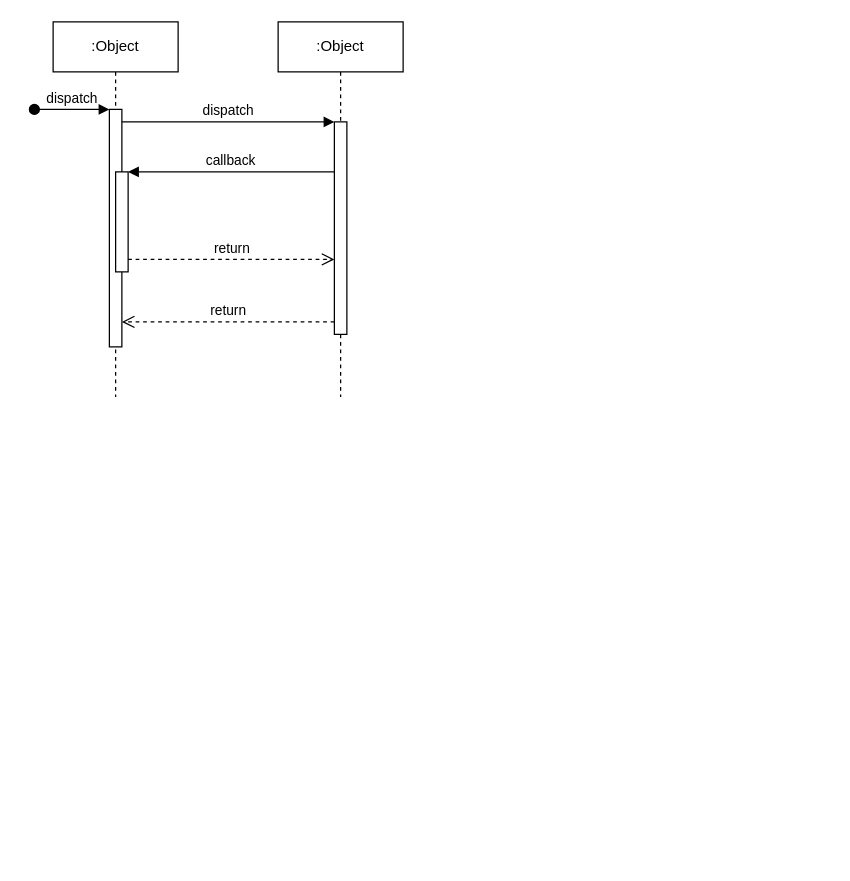
Before: Use Case Diagram/Sequence Diagram.drawio in KingRei123/HangmanGame, a draw.io diagram. Source tidied: cells renumbered, new cells numbered last; positions are measured from the earlier drawing's top-left corner, leaving out a move shared by most shapes. Both pictures are drawn from the tidied source at 125%, with x=0, y=0 at pixel (34, 21).
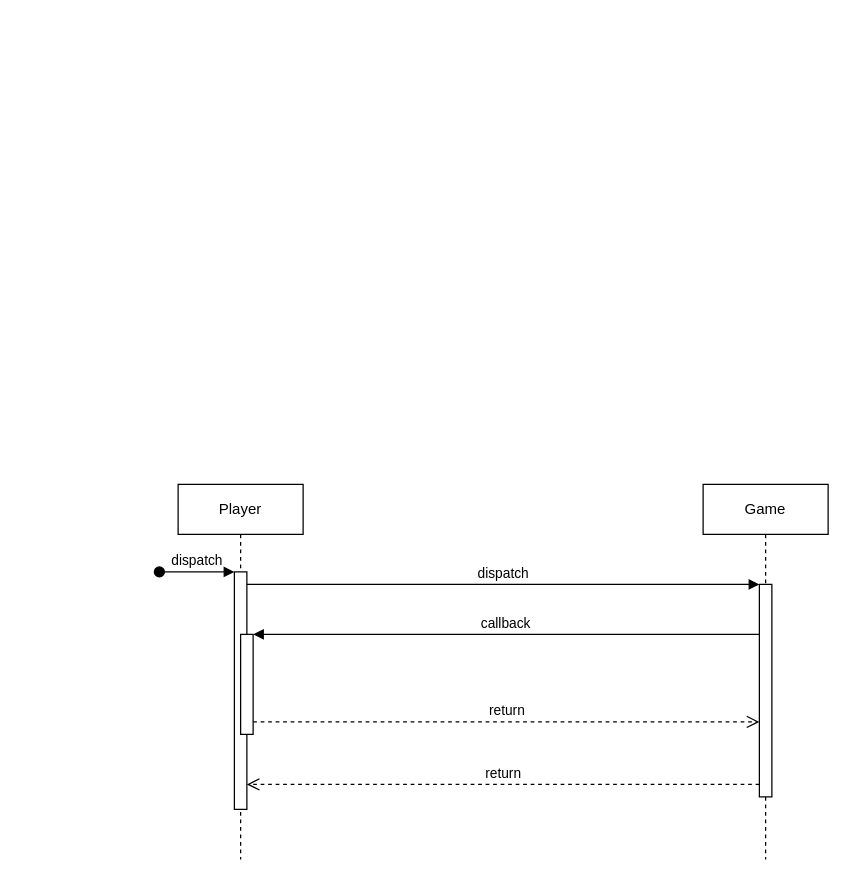
The same page after the edit.

Change to the diagram source:
```diff
@@
 <mxGraphModel>
   <root>
     <mxCell id="0" />
     <mxCell id="1" parent="0" />
-    <mxCell id="2" value=":Object" style="shape=umlLifeline;perimeter=lifelinePerimeter;whiteSpace=wrap;html=1;newEdgeStyle={&quot;edgeStyle&quot;:&quot;elbowEdgeStyle&quot;,&quot;elbow&quot;:&quot;vertical&quot;,&quot;curved&quot;:0,&quot;rounded&quot;:0};" parent="1" vertex="1">
-      <mxGeometry x="15" width="100" height="300" as="geometry" />
+    <mxCell id="2" value="Player" style="shape=umlLifeline;perimeter=lifelinePerimeter;whiteSpace=wrap;html=1;newEdgeStyle={&quot;edgeStyle&quot;:&quot;elbowEdgeStyle&quot;,&quot;elbow&quot;:&quot;vertical&quot;,&quot;curved&quot;:0,&quot;rounded&quot;:0};" parent="1" vertex="1">
+      <mxGeometry x="115" y="370" width="100" height="300" as="geometry" />
     </mxCell>
     <mxCell id="3" style="html=1;points=[];perimeter=orthogonalPerimeter;outlineConnect=0;targetShapes=umlLifeline;portConstraint=eastwest;newEdgeStyle={&quot;edgeStyle&quot;:&quot;elbowEdgeStyle&quot;,&quot;elbow&quot;:&quot;vertical&quot;,&quot;curved&quot;:0,&quot;rounded&quot;:0};" parent="2" vertex="1">
       <mxGeometry x="45" y="70" width="10" height="190" as="geometry" />
     </mxCell>
     <mxCell id="4" value="dispatch" style="html=1;verticalAlign=bottom;startArrow=oval;endArrow=block;startSize=8;edgeStyle=elbowEdgeStyle;elbow=vertical;curved=0;rounded=0;" parent="2" edge="1" target="3">
       <mxGeometry relative="1" as="geometry">
         <mxPoint x="-15" y="70" as="sourcePoint" />
       </mxGeometry>
     </mxCell>
     <mxCell id="5" style="html=1;points=[];perimeter=orthogonalPerimeter;outlineConnect=0;targetShapes=umlLifeline;portConstraint=eastwest;newEdgeStyle={&quot;edgeStyle&quot;:&quot;elbowEdgeStyle&quot;,&quot;elbow&quot;:&quot;vertical&quot;,&quot;curved&quot;:0,&quot;rounded&quot;:0};" parent="2" vertex="1">
       <mxGeometry x="50" y="120" width="10" height="80" as="geometry" />
     </mxCell>
-    <mxCell id="6" value=":Object" style="shape=umlLifeline;perimeter=lifelinePerimeter;whiteSpace=wrap;html=1;newEdgeStyle={&quot;edgeStyle&quot;:&quot;elbowEdgeStyle&quot;,&quot;elbow&quot;:&quot;vertical&quot;,&quot;curved&quot;:0,&quot;rounded&quot;:0};" parent="1" vertex="1">
-      <mxGeometry x="195" width="100" height="300" as="geometry" />
+    <mxCell id="6" value="Game" style="shape=umlLifeline;perimeter=lifelinePerimeter;whiteSpace=wrap;html=1;newEdgeStyle={&quot;edgeStyle&quot;:&quot;elbowEdgeStyle&quot;,&quot;elbow&quot;:&quot;vertical&quot;,&quot;curved&quot;:0,&quot;rounded&quot;:0};" parent="1" vertex="1">
+      <mxGeometry x="535" y="370" width="100" height="300" as="geometry" />
     </mxCell>
     <mxCell id="7" style="html=1;points=[];perimeter=orthogonalPerimeter;outlineConnect=0;targetShapes=umlLifeline;portConstraint=eastwest;newEdgeStyle={&quot;edgeStyle&quot;:&quot;elbowEdgeStyle&quot;,&quot;elbow&quot;:&quot;vertical&quot;,&quot;curved&quot;:0,&quot;rounded&quot;:0};" parent="6" vertex="1">
       <mxGeometry x="45" y="80" width="10" height="170" as="geometry" />
     </mxCell>
     <mxCell id="8" value="dispatch" style="html=1;verticalAlign=bottom;endArrow=block;edgeStyle=elbowEdgeStyle;elbow=vertical;curved=0;rounded=0;" parent="1" edge="1" source="3" target="7">
       <mxGeometry relative="1" as="geometry">
         <Array as="points">
-          <mxPoint x="155" y="80" />
+          <mxPoint x="410" y="450" />
         </Array>
       </mxGeometry>
     </mxCell>
     <mxCell id="9" value="return" style="html=1;verticalAlign=bottom;endArrow=open;dashed=1;endSize=8;edgeStyle=elbowEdgeStyle;elbow=vertical;curved=0;rounded=0;" parent="1" edge="1" source="7" target="3">
       <mxGeometry relative="1" as="geometry">
         <Array as="points">
-          <mxPoint x="165" y="240" />
+          <mxPoint x="420" y="610" />
         </Array>
       </mxGeometry>
     </mxCell>
     <mxCell id="10" value="callback" style="html=1;verticalAlign=bottom;endArrow=block;edgeStyle=elbowEdgeStyle;elbow=vertical;curved=0;rounded=0;" parent="1" edge="1" source="7" target="5">
       <mxGeometry relative="1" as="geometry">
         <Array as="points">
-          <mxPoint x="165" y="120" />
+          <mxPoint x="420" y="490" />
         </Array>
       </mxGeometry>
     </mxCell>
     <mxCell id="11" value="return" style="html=1;verticalAlign=bottom;endArrow=open;dashed=1;endSize=8;edgeStyle=elbowEdgeStyle;elbow=vertical;curved=0;rounded=0;" parent="1" edge="1" source="5" target="7">
       <mxGeometry relative="1" as="geometry">
         <Array as="points">
-          <mxPoint x="155" y="190" />
+          <mxPoint x="410" y="560" />
         </Array>
       </mxGeometry>
     </mxCell>
   </root>
 </mxGraphModel>
```
